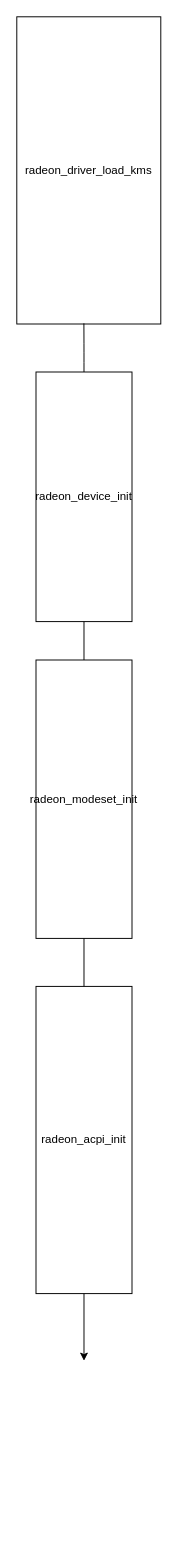
The draw.io diagram Untitled Diagram.drawio in kernel0000/DRM_test, before the edit. Source tidied: cells renumbered, new cells numbered last; positions are measured from the earlier drawing's top-left corner, leaving out a move shared by most shapes. Both pictures are drawn from the tidied source at 96%, with x=0, y=0 at pixel (16, 16).
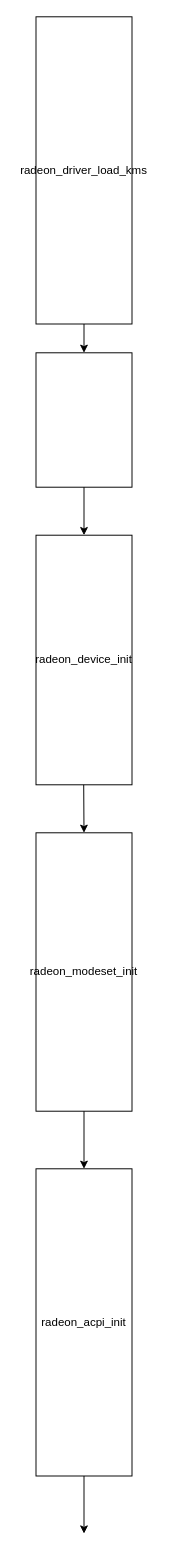
The same diagram, later.

The edit, as a diff of the source:
```diff
@@
 <mxGraphModel>
   <root>
     <mxCell id="0" />
     <mxCell id="1" parent="0" />
     <mxCell id="2" value="radeon_driver_load_kms" style="rounded=0;whiteSpace=wrap;html=1;" parent="1" vertex="1">
-      <mxGeometry width="150" height="320" as="geometry" />
+      <mxGeometry x="20" width="100" height="320" as="geometry" />
     </mxCell>
-    <mxCell id="3" style="endArrow=classic;html=1;exitX=0.466;exitY=0.998;exitDx=0;exitDy=0;exitPerimeter=0;" parent="1" edge="1" source="2">
-      <mxGeometry relative="1" as="geometry">
-        <mxPoint x="70" y="1400" as="targetPoint" />
-        <Array as="points">
-          <mxPoint x="70" y="350" />
-          <mxPoint x="70" y="480" />
-        </Array>
-      </mxGeometry>
-    </mxCell>
     <mxCell id="4" value="radeon_modeset_init" style="rounded=0;whiteSpace=wrap;html=1;" parent="1" vertex="1">
-      <mxGeometry x="20" y="670" width="100" height="290" as="geometry" />
+      <mxGeometry x="20" y="850" width="100" height="290" as="geometry" />
     </mxCell>
     <mxCell id="5" value="radeon_acpi_init" style="rounded=0;whiteSpace=wrap;html=1;" parent="1" vertex="1">
-      <mxGeometry x="20" y="1010" width="100" height="320" as="geometry" />
+      <mxGeometry x="20" y="1200" width="100" height="320" as="geometry" />
     </mxCell>
     <mxCell id="6" value="radeon_device_init" style="rounded=0;whiteSpace=wrap;html=1;" parent="1" vertex="1">
-      <mxGeometry x="20" y="370" width="100" height="260" as="geometry" />
+      <mxGeometry x="20" y="540" width="100" height="260" as="geometry" />
     </mxCell>
+    <mxCell id="7" style="rounded=0;whiteSpace=wrap;html=1;" parent="1" vertex="1">
+      <mxGeometry x="20" y="350" width="100" height="140" as="geometry" />
+    </mxCell>
+    <mxCell id="8" style="endArrow=classic;html=1;exitX=0.5;exitY=1;exitDx=0;exitDy=0;entryX=0.5;entryY=0;entryDx=0;entryDy=0;" parent="1" edge="1" source="2" target="7">
+      <mxGeometry relative="1" as="geometry" />
+    </mxCell>
+    <mxCell id="9" style="endArrow=classic;html=1;exitX=0.5;exitY=1;exitDx=0;exitDy=0;entryX=0.5;entryY=0;entryDx=0;entryDy=0;" parent="1" edge="1" source="7" target="6">
+      <mxGeometry relative="1" as="geometry" />
+    </mxCell>
+    <mxCell id="10" style="endArrow=classic;html=1;exitX=0.5;exitY=1;exitDx=0;exitDy=0;entryX=0.5;entryY=0;entryDx=0;entryDy=0;" parent="1" edge="1" target="4">
+      <mxGeometry relative="1" as="geometry">
+        <mxPoint x="69.7" y="800" as="sourcePoint" />
+      </mxGeometry>
+    </mxCell>
+    <mxCell id="11" style="endArrow=classic;html=1;entryX=0.5;entryY=0;entryDx=0;entryDy=0;" parent="1" edge="1" target="5">
+      <mxGeometry relative="1" as="geometry">
+        <mxPoint x="70" y="1140" as="sourcePoint" />
+      </mxGeometry>
+    </mxCell>
+    <mxCell id="12" style="endArrow=classic;html=1;exitX=0.5;exitY=1;exitDx=0;exitDy=0;" parent="1" edge="1" source="5">
+      <mxGeometry relative="1" as="geometry">
+        <mxPoint x="70" y="1580" as="targetPoint" />
+      </mxGeometry>
+    </mxCell>
   </root>
 </mxGraphModel>
```
